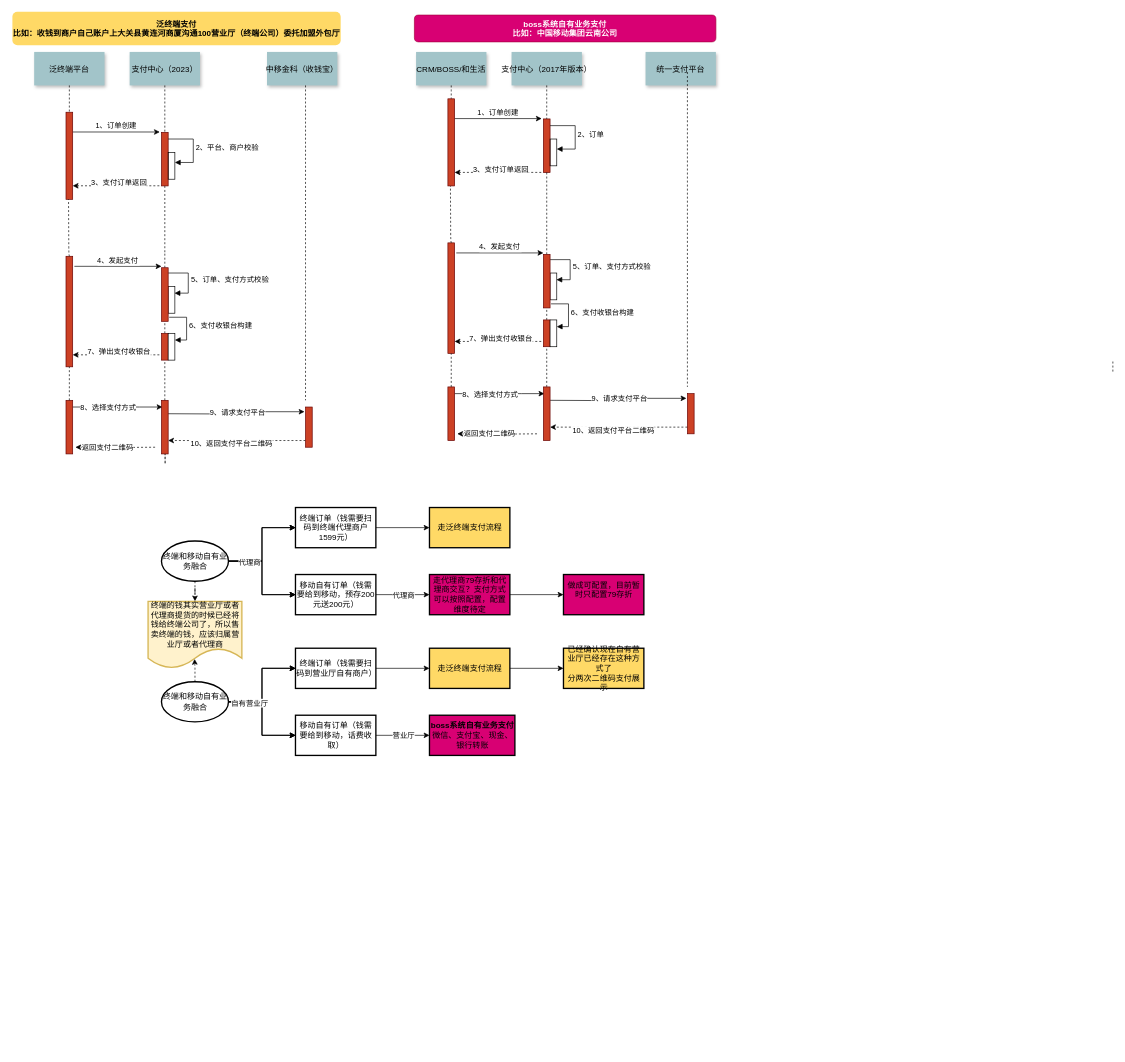
Before: page "Page-1" (1 of 2) of 未命名绘图.drawio in 315944211/doc, a draw.io diagram. Source tidied: cells renumbered, new cells numbered last; positions are measured from the earlier drawing's top-left corner, leaving out a move shared by most shapes. Both pictures are drawn from the tidied source at 67%, with x=0, y=0 at pixel (12, 11).
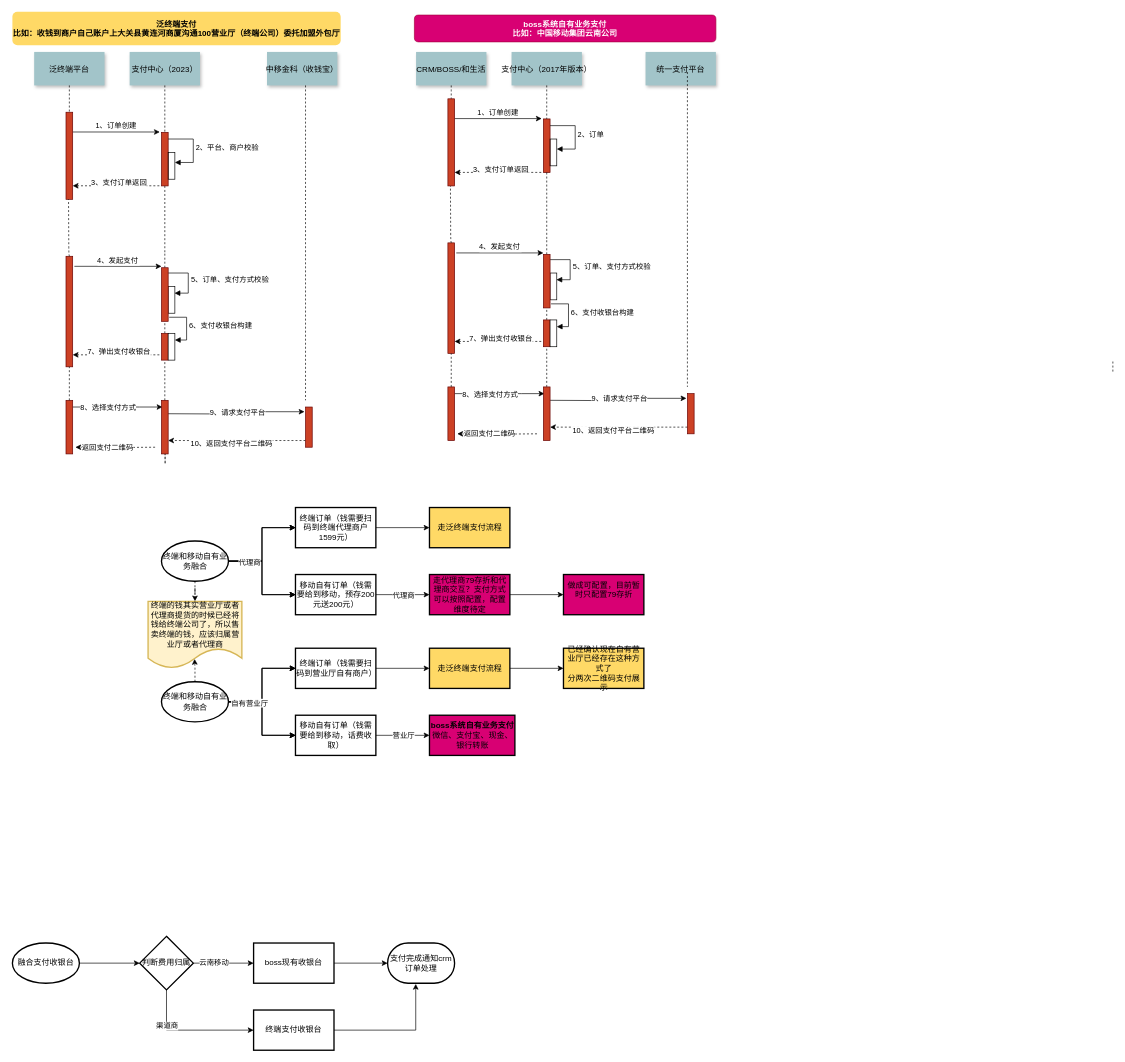
The same diagram, later.

Commit message:
更新未命名绘图.drawio

Diff of the diagram source:
```diff
@@
+    <mxCell id="123" style="edgeStyle=orthogonalEdgeStyle;rounded=0;jettySize=auto;html=1;" parent="1" edge="1" source="124" target="129">
+      <mxGeometry relative="1" as="geometry" />
+    </mxCell>
+    <mxCell id="124" value="融合支付收银台" style="strokeWidth=2;html=1;shape=mxgraph.flowchart.start_1;whiteSpace=wrap;" parent="1" vertex="1">
+      <mxGeometry y="1390" width="100" height="60" as="geometry" />
+    </mxCell>
+    <mxCell id="125" style="edgeStyle=orthogonalEdgeStyle;rounded=0;jettySize=auto;html=1;" parent="1" edge="1" source="129" target="131">
+      <mxGeometry relative="1" as="geometry" />
+    </mxCell>
+    <mxCell id="126" value="云南移动" style="edgeLabel;html=1;align=center;verticalAlign=middle;" parent="125" vertex="1">
+      <mxGeometry x="-0.33" y="2" relative="1" as="geometry" />
+    </mxCell>
+    <mxCell id="127" style="edgeStyle=orthogonalEdgeStyle;rounded=0;jettySize=auto;html=1;exitX=0.5;exitY=1;exitDx=0;exitDy=0;" parent="1" edge="1" source="129" target="132">
+      <mxGeometry relative="1" as="geometry">
+        <Array as="points">
+          <mxPoint x="230" y="1520" />
+        </Array>
+      </mxGeometry>
+    </mxCell>
+    <mxCell id="128" value="渠道商" style="edgeLabel;html=1;align=center;verticalAlign=middle;" parent="127" vertex="1">
+      <mxGeometry x="-0.44" relative="1" as="geometry" />
+    </mxCell>
+    <mxCell id="129" value="判断费用归属" style="rhombus;whiteSpace=wrap;html=1;strokeWidth=2;" parent="1" vertex="1">
+      <mxGeometry x="190" y="1380" width="80" height="80" as="geometry" />
+    </mxCell>
+    <mxCell id="130" style="edgeStyle=orthogonalEdgeStyle;rounded=0;jettySize=auto;html=1;" parent="1" edge="1" source="131" target="133">
+      <mxGeometry relative="1" as="geometry" />
+    </mxCell>
+    <mxCell id="131" value="boss现有收银台" style="whiteSpace=wrap;html=1;strokeWidth=2;" parent="1" vertex="1">
+      <mxGeometry x="360" y="1390" width="120" height="60" as="geometry" />
+    </mxCell>
+    <mxCell id="132" value="终端支付收银台" style="whiteSpace=wrap;html=1;strokeWidth=2;" parent="1" vertex="1">
+      <mxGeometry x="360" y="1490" width="120" height="60" as="geometry" />
+    </mxCell>
+    <mxCell id="133" value="支付完成通知crm订单处理" style="strokeWidth=2;html=1;shape=mxgraph.flowchart.terminator;whiteSpace=wrap;" parent="1" vertex="1">
+      <mxGeometry x="560" y="1390" width="100" height="60" as="geometry" />
+    </mxCell>
+    <mxCell id="134" style="edgeStyle=orthogonalEdgeStyle;rounded=0;jettySize=auto;html=1;entryX=0.42;entryY=1.017;entryDx=0;entryDy=0;entryPerimeter=0;" parent="1" edge="1" source="132" target="133">
+      <mxGeometry relative="1" as="geometry" />
+    </mxCell>
```
